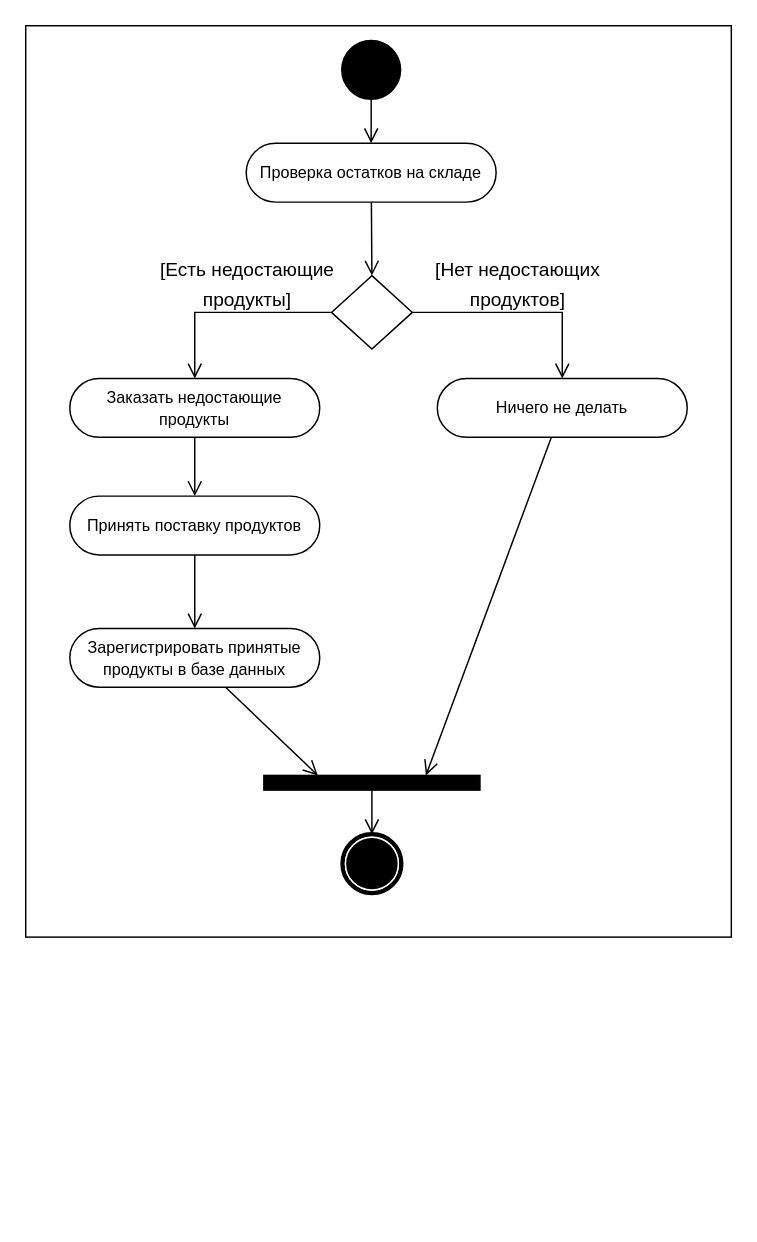
Before: Design/Activity Block1.drawio in miragiee/Barashek-Shawn, a draw.io diagram. Source tidied: cells renumbered, new cells numbered last; positions are measured from the earlier drawing's top-left corner, leaving out a move shared by most shapes. Both pictures are drawn from the tidied source at 147%, with x=0, y=0 at pixel (25, 25).
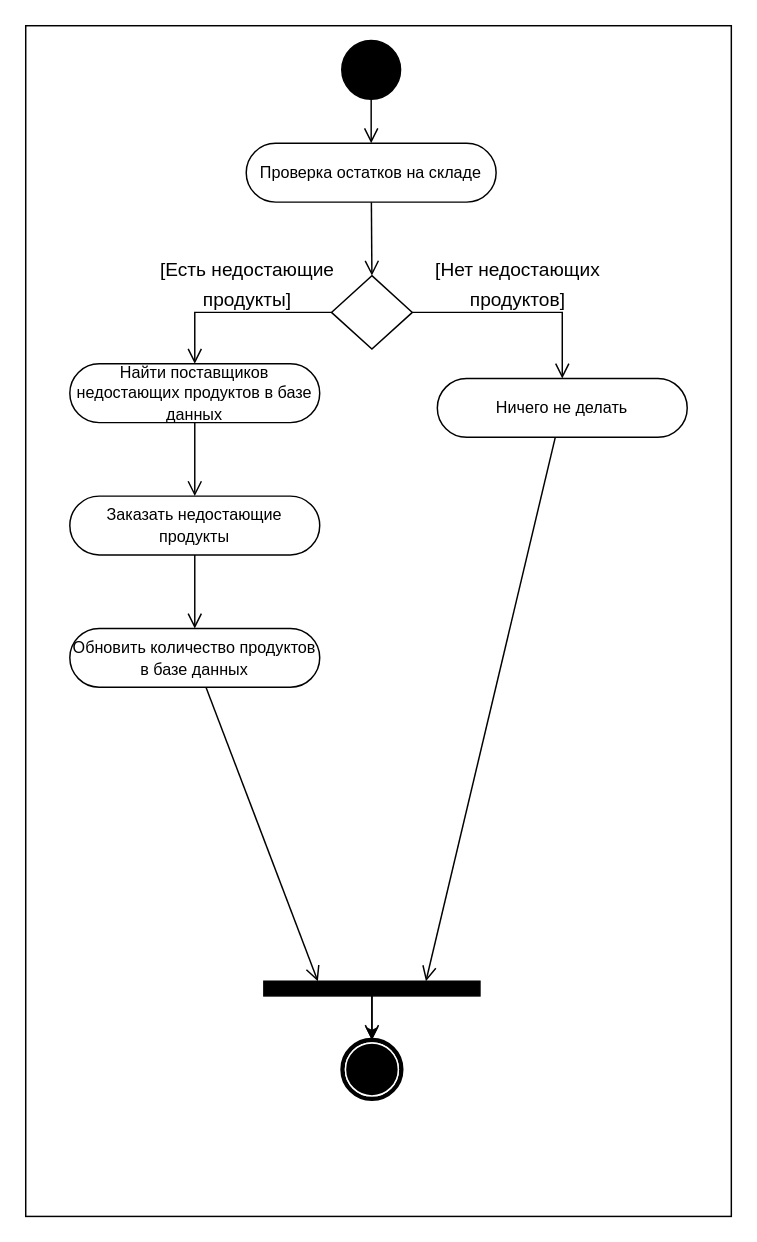
Above is the later version.

The change refers to these unchanged cells:
```xml
<mxCell id="11" style="rhombus;whiteSpace=wrap;html=1;" parent="1" vertex="1">
  <mxGeometry x="208" y="170" width="55" height="50" as="geometry" />
</mxCell>
```

What changed in the source:
```diff
@@
     <mxCell id="2" style="rounded=0;whiteSpace=wrap;html=1;" parent="1" vertex="1">
-      <mxGeometry width="480" height="620" as="geometry" />
+      <mxGeometry width="480" height="810" as="geometry" />
     </mxCell>
@@
     <mxCell id="4" style="shape=mxgraph.bpmn.shape;html=1;verticalLabelPosition=bottom;labelBackgroundColor=#ffffff;verticalAlign=top;perimeter=ellipsePerimeter;outline=end;symbol=terminate;rounded=0;shadow=0;comic=0;strokeWidth=1;fontFamily=Verdana;fontSize=12;align=center;" parent="1" vertex="1">
-      <mxGeometry x="215.5" y="550" width="40" height="40" as="geometry" />
+      <mxGeometry x="215.5" y="690" width="40" height="40" as="geometry" />
     </mxCell>
@@
+    <mxCell id="23" style="edgeStyle=orthogonalEdgeStyle;rounded=0;jettySize=auto;html=1;" parent="1" edge="1" source="6" target="4">
+      <mxGeometry relative="1" as="geometry" />
+    </mxCell>
     <mxCell id="6" style="whiteSpace=wrap;html=1;rounded=0;shadow=0;comic=0;labelBackgroundColor=none;strokeWidth=1;fillColor=#000000;fontFamily=Verdana;fontSize=12;align=center;rotation=0;" parent="1" vertex="1">
-      <mxGeometry x="162" y="510" width="147" height="10" as="geometry" />
+      <mxGeometry x="162" y="650" width="147" height="10" as="geometry" />
     </mxCell>
@@
-    <mxCell id="9" style="edgeStyle=orthogonalEdgeStyle;rounded=0;jettySize=auto;html=1;entryX=0.5;entryY=0;entryDx=0;entryDy=0;fontSize=12;startSize=8;endSize=8;endArrow=open;endFill=0;" parent="1" edge="1" source="11" target="14">
+    <mxCell id="9" style="edgeStyle=orthogonalEdgeStyle;rounded=0;jettySize=auto;html=1;entryX=0.5;entryY=0;entryDx=0;entryDy=0;fontSize=12;startSize=8;endSize=8;endArrow=open;endFill=0;" parent="1" edge="1" source="25" target="14">
       <mxGeometry relative="1" as="geometry" />
     </mxCell>
@@
-    <mxCell id="13" style="edgeStyle=none;curved=1;rounded=0;jettySize=auto;html=1;entryX=0.5;entryY=0;entryDx=0;entryDy=0;fontSize=12;startSize=8;endSize=8;endArrow=open;endFill=0;" parent="1" edge="1" source="14" target="20">
+    <mxCell id="13" style="edgeStyle=none;curved=1;rounded=0;jettySize=auto;html=1;entryX=0.5;entryY=0;entryDx=0;entryDy=0;fontSize=12;startSize=8;endSize=8;endArrow=open;endFill=0;" parent="1" edge="1" source="14" target="22">
       <mxGeometry relative="1" as="geometry" />
     </mxCell>
     <mxCell id="14" value="&lt;span style=&quot;font-size: 11px;&quot;&gt;Заказать недостающие продукты&lt;/span&gt;" style="rounded=1;whiteSpace=wrap;html=1;arcSize=50;" parent="1" vertex="1">
-      <mxGeometry x="30" y="240" width="170" height="40" as="geometry" />
+      <mxGeometry x="30" y="320" width="170" height="40" as="geometry" />
     </mxCell>
@@
-    <mxCell id="19" style="edgeStyle=none;curved=1;rounded=0;jettySize=auto;html=1;entryX=0.5;entryY=0;entryDx=0;entryDy=0;fontSize=12;startSize=8;endSize=8;endArrow=open;endFill=0;" parent="1" edge="1" source="20" target="22">
-      <mxGeometry relative="1" as="geometry" />
-    </mxCell>
-    <mxCell id="20" value="&lt;span style=&quot;font-size: 11px;&quot;&gt;Принять поставку продуктов&lt;/span&gt;" style="rounded=1;whiteSpace=wrap;html=1;arcSize=50;" parent="1" vertex="1">
-      <mxGeometry x="30" y="320" width="170" height="40" as="geometry" />
-    </mxCell>
+    <mxCell id="22" value="&lt;span style=&quot;font-size: 11px;&quot;&gt;Обновить количество продуктов в базе данных&lt;/span&gt;" style="rounded=1;whiteSpace=wrap;html=1;arcSize=50;" parent="1" vertex="1">
+      <mxGeometry x="30" y="410" width="170" height="40" as="geometry" />
+    </mxCell>
+    <mxCell id="24" style="edgeStyle=orthogonalEdgeStyle;rounded=0;jettySize=auto;html=1;entryX=0.5;entryY=0;entryDx=0;entryDy=0;fontSize=12;startSize=8;endSize=8;endArrow=open;endFill=0;" parent="1" edge="1" source="11" target="25">
+      <mxGeometry relative="1" as="geometry" />
+    </mxCell>
+    <mxCell id="25" value="&lt;span style=&quot;font-size: 11px;&quot;&gt;Найти поставщиков недостающих продуктов в базе данных&lt;/span&gt;" style="rounded=1;whiteSpace=wrap;html=1;arcSize=50;" parent="1" vertex="1">
+      <mxGeometry x="30" y="230" width="170" height="40" as="geometry" />
+    </mxCell>
@@
-    <mxCell id="22" value="&lt;span style=&quot;font-size: 11px;&quot;&gt;Зарегистрировать принятые продукты в базе данных&lt;/span&gt;" style="rounded=1;whiteSpace=wrap;html=1;arcSize=50;" parent="1" vertex="1">
-      <mxGeometry x="30" y="410" width="170" height="40" as="geometry" />
-    </mxCell>
```
